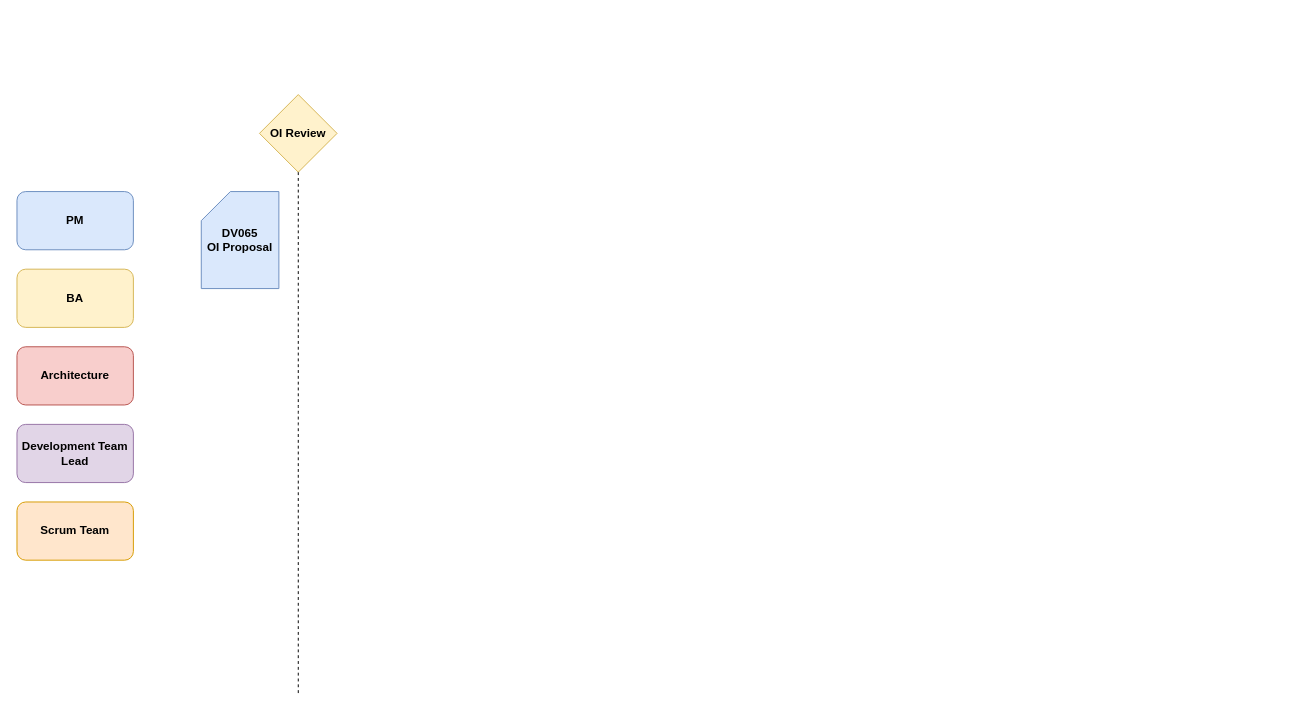
Above: Untitled Diagram.drawio in matthewyuwanghin/Assignment1- (draw.io), before the change. Source tidied: cells renumbered, new cells numbered last; positions are measured from the earlier drawing's top-left corner, leaving out a move shared by most shapes. Both pictures are drawn from the tidied source at 97%, with x=0, y=0 at pixel (16, 94).
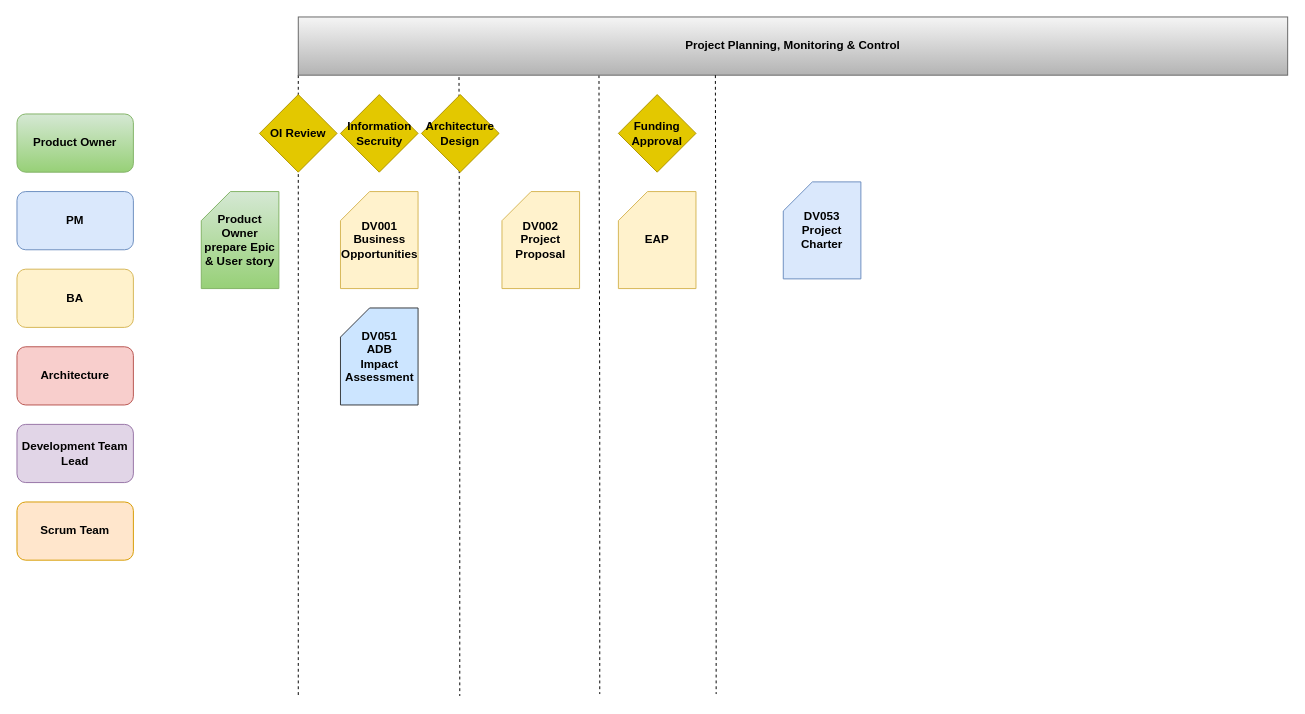
The same diagram, later.

The edit, as a diff of the source:
```diff
@@
+    <mxCell id="9" style="endArrow=none;dashed=1;html=1;exitX=0;exitY=1;exitDx=0;exitDy=0;" parent="1" edge="1" source="20">
+      <mxGeometry relative="1" as="geometry">
+        <mxPoint x="290" y="620" as="targetPoint" />
+        <Array as="points">
+          <mxPoint x="290" y="330" />
+        </Array>
+      </mxGeometry>
+    </mxCell>
@@
-    <mxCell id="7" value="&lt;div&gt;DV065&lt;/div&gt;&lt;div&gt;OI Proposal&lt;br&gt;&lt;/div&gt;" style="shape=card;whiteSpace=wrap;html=1;fillColor=#dae8fc;strokeColor=#6c8ebf;fontStyle=1;" parent="1" vertex="1">
-      <mxGeometry x="190" y="100" width="80" height="100" as="geometry" />
-    </mxCell>
-    <mxCell id="8" value="OI Review" style="rhombus;whiteSpace=wrap;html=1;fillColor=#fff2cc;strokeColor=#d6b656;fontStyle=1;" parent="1" vertex="1">
+    <mxCell id="8" value="OI Review" style="rhombus;whiteSpace=wrap;html=1;fillColor=#e3c800;strokeColor=#B09500;fontStyle=1;fontColor=#000000;" parent="1" vertex="1">
       <mxGeometry x="250" width="80" height="80" as="geometry" />
     </mxCell>
-    <mxCell id="9" style="endArrow=none;dashed=1;html=1;exitX=0.5;exitY=1;exitDx=0;exitDy=0;" parent="1" edge="1" source="8">
-      <mxGeometry relative="1" as="geometry">
-        <mxPoint x="290" y="620" as="targetPoint" />
-        <Array as="points">
-          <mxPoint x="290" y="330" />
-        </Array>
-      </mxGeometry>
-    </mxCell>
+    <mxCell id="10" value="&lt;div&gt;DV001&lt;/div&gt;&lt;div&gt;Business Opportunities&lt;br&gt;&lt;/div&gt;" style="shape=card;whiteSpace=wrap;html=1;fillColor=#fff2cc;strokeColor=#d6b656;fontStyle=1;" parent="1" vertex="1">
+      <mxGeometry x="333.5" y="100" width="80" height="100" as="geometry" />
+    </mxCell>
+    <mxCell id="11" value="Information Secruity" style="rhombus;whiteSpace=wrap;html=1;fillColor=#e3c800;strokeColor=#B09500;fontStyle=1;fontColor=#000000;" parent="1" vertex="1">
+      <mxGeometry x="333.5" width="80" height="80" as="geometry" />
+    </mxCell>
+    <mxCell id="12" style="endArrow=none;dashed=1;html=1;exitX=0.185;exitY=1.033;exitDx=0;exitDy=0;exitPerimeter=0;" parent="1" edge="1">
+      <mxGeometry relative="1" as="geometry">
+        <mxPoint x="455.7" y="-18" as="sourcePoint" />
+        <mxPoint x="456.5" y="620" as="targetPoint" />
+        <Array as="points">
+          <mxPoint x="456.5" y="330" />
+        </Array>
+      </mxGeometry>
+    </mxCell>
+    <mxCell id="13" value="Architecture Design" style="rhombus;whiteSpace=wrap;html=1;fillColor=#e3c800;strokeColor=#B09500;fontStyle=1;fontColor=#000000;" parent="1" vertex="1">
+      <mxGeometry x="417" width="80" height="80" as="geometry" />
+    </mxCell>
+    <mxCell id="14" value="&lt;div&gt;DV051&lt;/div&gt;&lt;div&gt;ADB&lt;br&gt;&lt;/div&gt;&lt;div&gt;Impact Assessment&lt;br&gt;&lt;/div&gt;" style="shape=card;whiteSpace=wrap;html=1;fillColor=#cce5ff;strokeColor=#36393d;fontStyle=1;" parent="1" vertex="1">
+      <mxGeometry x="333.5" y="220" width="80" height="100" as="geometry" />
+    </mxCell>
+    <mxCell id="15" value="&lt;div&gt;DV002&lt;/div&gt;&lt;div&gt;Project Proposal&lt;br&gt;&lt;/div&gt;" style="shape=card;whiteSpace=wrap;html=1;fillColor=#fff2cc;strokeColor=#d6b656;fontStyle=1;" parent="1" vertex="1">
+      <mxGeometry x="500" y="100" width="80" height="100" as="geometry" />
+    </mxCell>
+    <mxCell id="16" value="Product Owner prepare Epic &amp;amp; User story" style="shape=card;whiteSpace=wrap;html=1;fillColor=#d5e8d4;strokeColor=#82b366;fontStyle=1;gradientColor=#97d077;" parent="1" vertex="1">
+      <mxGeometry x="190" y="100" width="80" height="100" as="geometry" />
+    </mxCell>
+    <mxCell id="17" value="Product Owner" style="rounded=1;whiteSpace=wrap;html=1;fillColor=#d5e8d4;strokeColor=#82b366;gradientColor=#97d077;fontStyle=1;" parent="1" vertex="1">
+      <mxGeometry y="20" width="120" height="60" as="geometry" />
+    </mxCell>
+    <mxCell id="18" style="endArrow=none;dashed=1;html=1;exitX=0.185;exitY=1.033;exitDx=0;exitDy=0;exitPerimeter=0;" parent="1" edge="1">
+      <mxGeometry relative="1" as="geometry">
+        <mxPoint x="600" y="-20" as="sourcePoint" />
+        <mxPoint x="600.8" y="618" as="targetPoint" />
+        <Array as="points">
+          <mxPoint x="600.8" y="328" />
+        </Array>
+      </mxGeometry>
+    </mxCell>
+    <mxCell id="19" value="Funding Approval" style="rhombus;whiteSpace=wrap;html=1;fillColor=#e3c800;strokeColor=#B09500;fontStyle=1;fontColor=#000000;" parent="1" vertex="1">
+      <mxGeometry x="620" width="80" height="80" as="geometry" />
+    </mxCell>
+    <mxCell id="20" value="Project Planning, Monitoring &amp;amp; Control" style="rounded=0;whiteSpace=wrap;html=1;gradientColor=#b3b3b3;fillColor=#f5f5f5;strokeColor=#666666;fontStyle=1;" parent="1" vertex="1">
+      <mxGeometry x="290" y="-80" width="1020" height="60" as="geometry" />
+    </mxCell>
+    <mxCell id="21" value="&lt;div&gt;DV053&lt;/div&gt;&lt;div&gt;Project Charter&lt;br&gt;&lt;/div&gt;" style="shape=card;whiteSpace=wrap;html=1;fillColor=#dae8fc;strokeColor=#6c8ebf;fontStyle=1;" parent="1" vertex="1">
+      <mxGeometry x="790" y="90" width="80" height="100" as="geometry" />
+    </mxCell>
+    <mxCell id="22" style="endArrow=none;dashed=1;html=1;exitX=0.185;exitY=1.033;exitDx=0;exitDy=0;exitPerimeter=0;" parent="1" edge="1">
+      <mxGeometry relative="1" as="geometry">
+        <mxPoint x="720" y="-20" as="sourcePoint" />
+        <mxPoint x="720.8" y="618" as="targetPoint" />
+        <Array as="points">
+          <mxPoint x="720.8" y="328" />
+        </Array>
+      </mxGeometry>
+    </mxCell>
+    <mxCell id="23" value="EAP" style="shape=card;whiteSpace=wrap;html=1;fillColor=#fff2cc;strokeColor=#d6b656;fontStyle=1;" parent="1" vertex="1">
+      <mxGeometry x="620" y="100" width="80" height="100" as="geometry" />
+    </mxCell>
```
